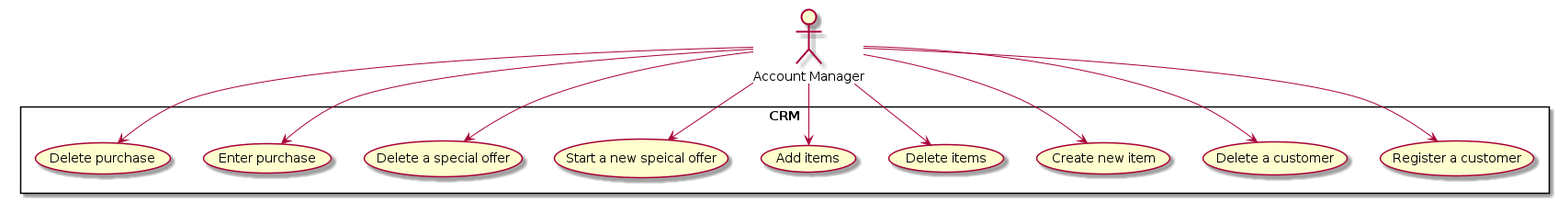
tflm91/CRM-System keeps this PlantUML diagram as docs/use-case-crm.png. Above is the earlier version.
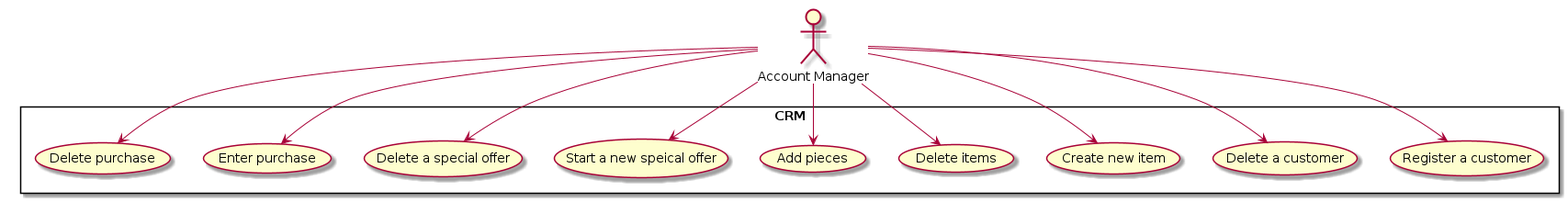
Above is the later version.

Change to the diagram source:
```diff
@@ -7,7 +7,7 @@
     (Delete a customer) as DC
     (Create new item) as CI
     (Delete items) as DI
-    (Add items) as AI
+    (Add pieces) as AI
     (Start a new speical offer) as SS
     (Delete a special offer) as DS
     (Enter purchase) as EP
```
